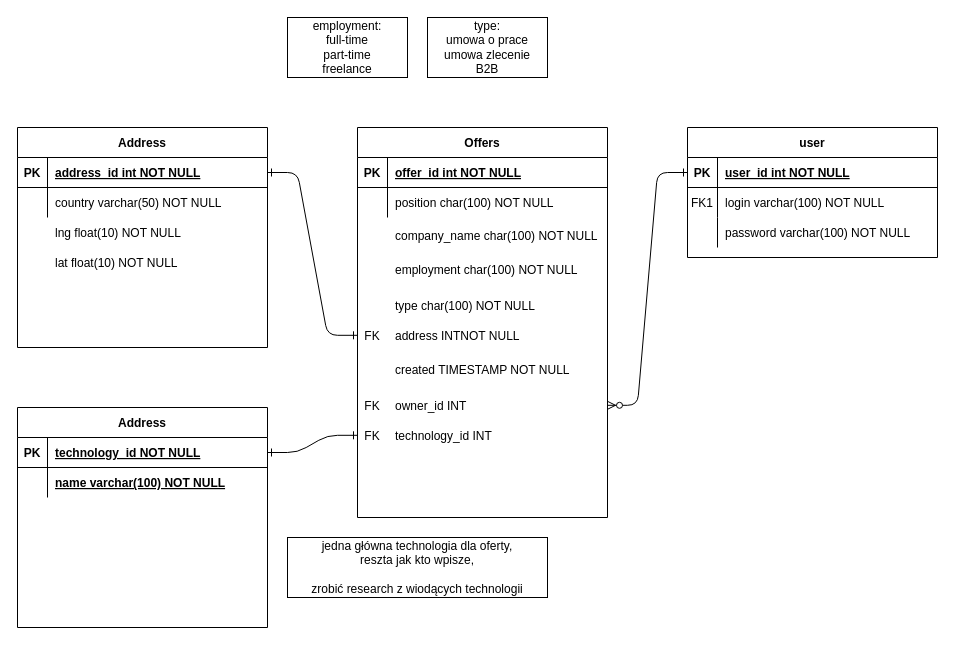
Future-Developers-Lab/Skill-Up keeps this draw.io diagram as schema/db.drawio. Above is the earlier version. Source tidied: cells renumbered, new cells numbered last; positions are measured from the earlier drawing's top-left corner, leaving out a move shared by most shapes. Both pictures are drawn from the tidied source at 100%, with x=0, y=0 at pixel (17, 17).
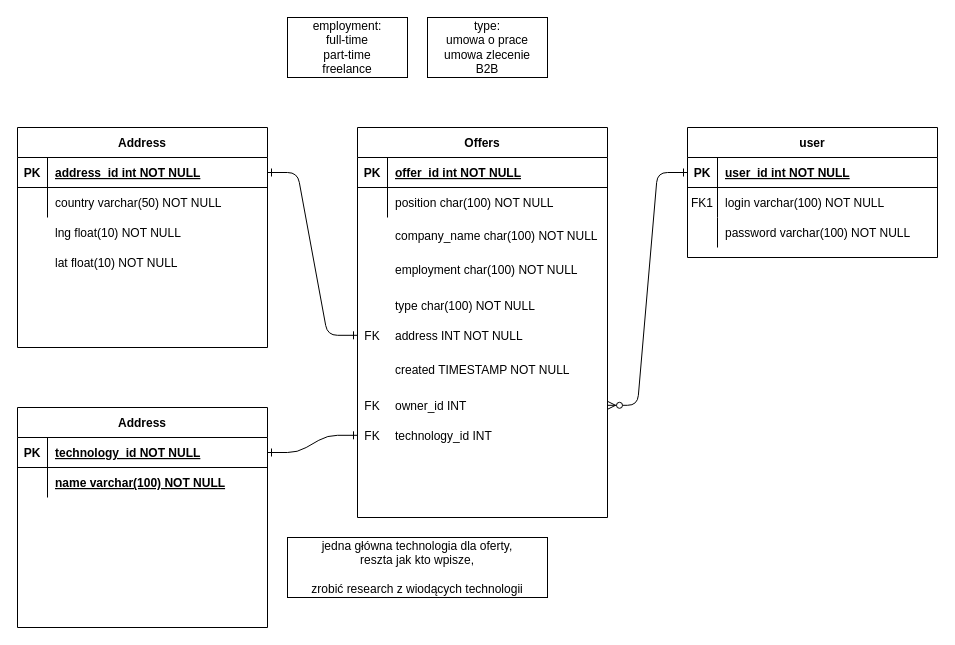
The same page after the edit.

Unchanged cells that the change refers to:
```xml
<mxCell id="34" style="group;" parent="33" vertex="1">
  <mxGeometry width="250" height="390" as="geometry" />
</mxCell>
```

The edit, as a diff of the source:
```diff
@@
-    <mxCell id="51" value="address INTNOT NULL" style="shape=partialRectangle;overflow=hidden;fillColor=none;top=0;left=0;bottom=0;right=0;align=left;spacingLeft=6;" parent="34" vertex="1">
+    <mxCell id="51" value="address INT NOT NULL" style="shape=partialRectangle;overflow=hidden;fillColor=none;top=0;left=0;bottom=0;right=0;align=left;spacingLeft=6;" parent="34" vertex="1">
       <mxGeometry x="30" y="190" width="220" height="35.6" as="geometry" />
     </mxCell>
```
